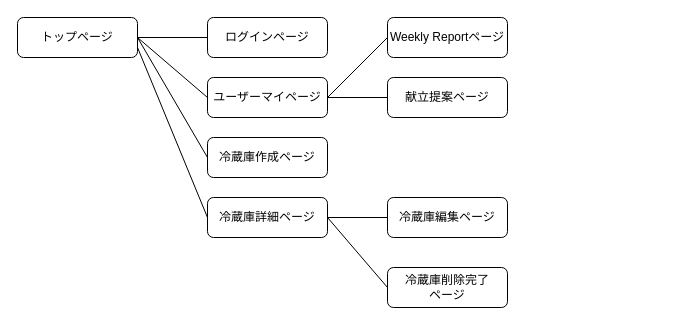
Before: Screen_Translation.dio in izureco/fridge, a draw.io diagram. Source tidied: cells renumbered, new cells numbered last; positions are measured from the earlier drawing's top-left corner, leaving out a move shared by most shapes. Both pictures are drawn from the tidied source at 100%, with x=0, y=0 at pixel (17, 17).
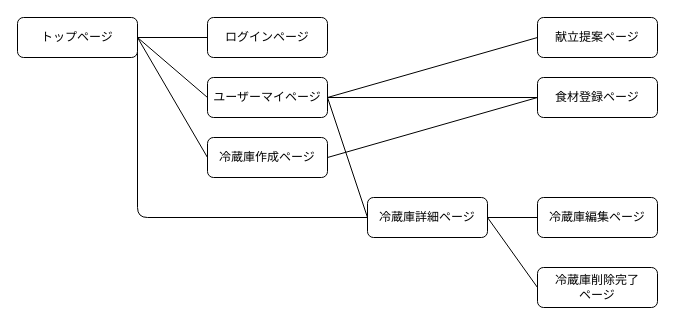
The same page after the edit.

Unchanged cells that the change refers to:
```xml
<mxCell id="5" value="トップページ" style="rounded=1;whiteSpace=wrap;html=1;" parent="1" vertex="1">
  <mxGeometry width="120" height="40" as="geometry" />
</mxCell>
<mxCell id="9" value="ユーザーマイページ" style="rounded=1;whiteSpace=wrap;html=1;" parent="1" vertex="1">
  <mxGeometry x="190" y="60" width="120" height="40" as="geometry" />
</mxCell>
<mxCell id="10" value="冷蔵庫作成ページ" style="rounded=1;whiteSpace=wrap;html=1;" parent="1" vertex="1">
  <mxGeometry x="190" y="120" width="120" height="40" as="geometry" />
</mxCell>
```

The edit, as a diff of the source:
```diff
@@
     <mxCell id="4" style="edgeStyle=none;html=1;exitX=1;exitY=0.75;exitDx=0;exitDy=0;entryX=0;entryY=0.5;entryDx=0;entryDy=0;endArrow=none;endFill=0;" parent="1" edge="1" source="5" target="13">
-      <mxGeometry relative="1" as="geometry" />
+      <mxGeometry relative="1" as="geometry">
+        <Array as="points">
+          <mxPoint x="120" y="200" />
+        </Array>
+      </mxGeometry>
     </mxCell>
@@
     <mxCell id="13" value="冷蔵庫詳細ページ" style="rounded=1;whiteSpace=wrap;html=1;" parent="1" vertex="1">
-      <mxGeometry x="190" y="180" width="120" height="40" as="geometry" />
+      <mxGeometry x="350" y="180" width="120" height="40" as="geometry" />
     </mxCell>
     <mxCell id="14" value="冷蔵庫編集ページ" style="rounded=1;whiteSpace=wrap;html=1;" parent="1" vertex="1">
-      <mxGeometry x="370" y="180" width="120" height="40" as="geometry" />
+      <mxGeometry x="520" y="180" width="120" height="40" as="geometry" />
     </mxCell>
     <mxCell id="15" value="冷蔵庫削除完了&lt;br&gt;ページ" style="rounded=1;whiteSpace=wrap;html=1;" parent="1" vertex="1">
-      <mxGeometry x="370" y="250" width="120" height="40" as="geometry" />
+      <mxGeometry x="520" y="250" width="120" height="40" as="geometry" />
     </mxCell>
-    <mxCell id="16" value="Weekly Reportページ" style="rounded=1;whiteSpace=wrap;html=1;" parent="1" vertex="1">
-      <mxGeometry x="370" width="120" height="40" as="geometry" />
+    <mxCell id="16" value="食材登録ページ" style="rounded=1;whiteSpace=wrap;html=1;" parent="1" vertex="1">
+      <mxGeometry x="520" y="60" width="120" height="40" as="geometry" />
     </mxCell>
     <mxCell id="17" value="献立提案ページ" style="rounded=1;whiteSpace=wrap;html=1;" parent="1" vertex="1">
-      <mxGeometry x="370" y="60" width="120" height="40" as="geometry" />
+      <mxGeometry x="520" width="120" height="40" as="geometry" />
     </mxCell>
@@
+    <mxCell id="19" style="edgeStyle=none;html=1;exitX=1;exitY=0.5;exitDx=0;exitDy=0;entryX=0;entryY=0.5;entryDx=0;entryDy=0;endArrow=none;endFill=0;" parent="1" edge="1" source="10" target="16">
+      <mxGeometry relative="1" as="geometry" />
+    </mxCell>
+    <mxCell id="20" style="edgeStyle=none;html=1;exitX=1;exitY=0.5;exitDx=0;exitDy=0;entryX=0;entryY=0.5;entryDx=0;entryDy=0;endArrow=none;endFill=0;" parent="1" edge="1" source="9" target="13">
+      <mxGeometry relative="1" as="geometry" />
+    </mxCell>
```
